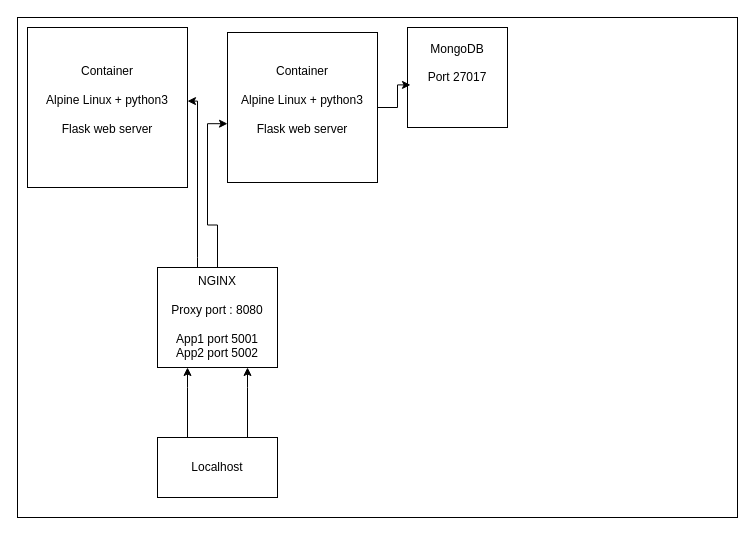
Above: System.drawio in ComplexNetTSP/kubernetes-Milkoeee (draw.io), before the change. Source tidied: cells renumbered, new cells numbered last; positions are measured from the earlier drawing's top-left corner, leaving out a move shared by most shapes. Both pictures are drawn from the tidied source at 100%, with x=0, y=0 at pixel (17, 17).
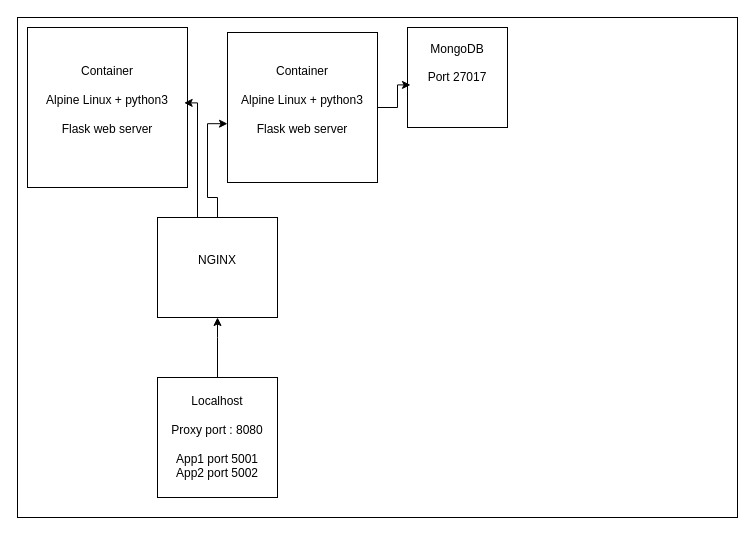
The same page after the edit.

Diff of the diagram source:
```diff
@@
 <mxGraphModel>
   <root>
     <mxCell id="0" />
     <mxCell id="1" parent="0" />
     <mxCell id="2" style="rounded=0;whiteSpace=wrap;html=1;" parent="1" vertex="1">
       <mxGeometry width="720" height="500" as="geometry" />
     </mxCell>
     <mxCell id="3" value="&lt;div&gt;Container&lt;/div&gt;&lt;div&gt;&lt;br&gt;&lt;/div&gt;&lt;div&gt;Alpine Linux + python3&lt;/div&gt;&lt;div&gt;&lt;br&gt;&lt;/div&gt;&lt;div&gt;Flask web server&lt;/div&gt;&lt;div&gt;&lt;br&gt;&lt;/div&gt;" style="whiteSpace=wrap;html=1;" parent="1" vertex="1">
       <mxGeometry x="210" y="15" width="150" height="150" as="geometry" />
     </mxCell>
     <mxCell id="4" value="MongoDB&lt;div&gt;&lt;br&gt;&lt;/div&gt;&lt;div&gt;Port 27017&lt;/div&gt;&lt;div&gt;&lt;br&gt;&lt;/div&gt;&lt;div&gt;&amp;nbsp;&lt;br&gt;&lt;/div&gt;" style="whiteSpace=wrap;html=1;" parent="1" vertex="1">
       <mxGeometry x="390" y="10" width="100" height="100" as="geometry" />
     </mxCell>
-    <mxCell id="5" style="edgeStyle=orthogonalEdgeStyle;rounded=0;jettySize=auto;html=1;" parent="1" edge="1" source="7" target="10">
-      <mxGeometry relative="1" as="geometry">
-        <Array as="points">
-          <mxPoint x="230" y="370" />
-          <mxPoint x="230" y="370" />
-        </Array>
-      </mxGeometry>
-    </mxCell>
     <mxCell id="6" style="edgeStyle=orthogonalEdgeStyle;rounded=0;jettySize=auto;html=1;" parent="1" edge="1" source="7" target="10">
       <mxGeometry relative="1" as="geometry">
         <Array as="points">
-          <mxPoint x="170" y="370" />
-          <mxPoint x="170" y="370" />
+          <mxPoint x="200" y="320" />
+          <mxPoint x="200" y="320" />
         </Array>
       </mxGeometry>
     </mxCell>
-    <mxCell id="7" value="Localhost " style="rounded=0;whiteSpace=wrap;html=1;" parent="1" vertex="1">
-      <mxGeometry x="140" y="420" width="120" height="60" as="geometry" />
+    <mxCell id="7" value="&lt;div&gt;Localhost &lt;br&gt;&lt;/div&gt;&lt;br&gt;&lt;div&gt;Proxy port : 8080&lt;br&gt;&lt;/div&gt;&lt;div&gt;&lt;br&gt;&lt;/div&gt;&lt;div&gt;App1 port 5001&lt;/div&gt;App2 port 5002" style="rounded=0;whiteSpace=wrap;html=1;" parent="1" vertex="1">
+      <mxGeometry x="140" y="360" width="120" height="120" as="geometry" />
     </mxCell>
     <mxCell id="8" value="&lt;div&gt;Container&lt;/div&gt;&lt;div&gt;&lt;br&gt;&lt;/div&gt;&lt;div&gt;Alpine Linux + python3&lt;/div&gt;&lt;div&gt;&lt;br&gt;&lt;/div&gt;&lt;div&gt;Flask web server&lt;/div&gt;&lt;div&gt;&lt;br&gt;&lt;/div&gt;" style="whiteSpace=wrap;html=1;" parent="1" vertex="1">
       <mxGeometry x="10" y="10" width="160" height="160" as="geometry" />
     </mxCell>
     <mxCell id="9" style="edgeStyle=orthogonalEdgeStyle;rounded=0;jettySize=auto;html=1;entryX=0.03;entryY=0.574;entryDx=0;entryDy=0;entryPerimeter=0;" parent="1" edge="1" source="3" target="4">
       <mxGeometry relative="1" as="geometry" />
     </mxCell>
-    <mxCell id="10" value="&lt;div&gt;NGINX&lt;/div&gt;&lt;div&gt;&lt;br&gt;&lt;/div&gt;&lt;div&gt;Proxy port : 8080&lt;br&gt;&lt;/div&gt;&lt;div&gt;&lt;br&gt;&lt;/div&gt;&lt;div&gt;App1 port 5001&lt;/div&gt;&lt;div&gt;App2 port 5002&lt;br&gt;&lt;/div&gt;" style="rounded=0;whiteSpace=wrap;html=1;" parent="1" vertex="1">
-      <mxGeometry x="140" y="250" width="120" height="100" as="geometry" />
+    <mxCell id="10" value="&lt;div&gt;NGINX&lt;/div&gt;&lt;div&gt;&lt;br&gt;&lt;/div&gt;" style="rounded=0;whiteSpace=wrap;html=1;" parent="1" vertex="1">
+      <mxGeometry x="140" y="200" width="120" height="100" as="geometry" />
     </mxCell>
-    <mxCell id="11" style="edgeStyle=orthogonalEdgeStyle;rounded=0;jettySize=auto;html=1;entryX=1;entryY=0.46;entryDx=0;entryDy=0;entryPerimeter=0;" parent="1" edge="1" source="10" target="8">
+    <mxCell id="11" style="edgeStyle=orthogonalEdgeStyle;rounded=0;jettySize=auto;html=1;entryX=0.979;entryY=0.471;entryDx=0;entryDy=0;entryPerimeter=0;" parent="1" edge="1" target="8">
       <mxGeometry relative="1" as="geometry">
+        <mxPoint x="180" y="200" as="sourcePoint" />
         <Array as="points">
-          <mxPoint x="180" y="240" />
-          <mxPoint x="180" y="240" />
+          <mxPoint x="180" y="85" />
         </Array>
       </mxGeometry>
     </mxCell>
     <mxCell id="12" style="edgeStyle=orthogonalEdgeStyle;rounded=0;jettySize=auto;html=1;entryX=0;entryY=0.608;entryDx=0;entryDy=0;entryPerimeter=0;" parent="1" edge="1" source="10" target="3">
       <mxGeometry relative="1" as="geometry" />
     </mxCell>
   </root>
 </mxGraphModel>
```
